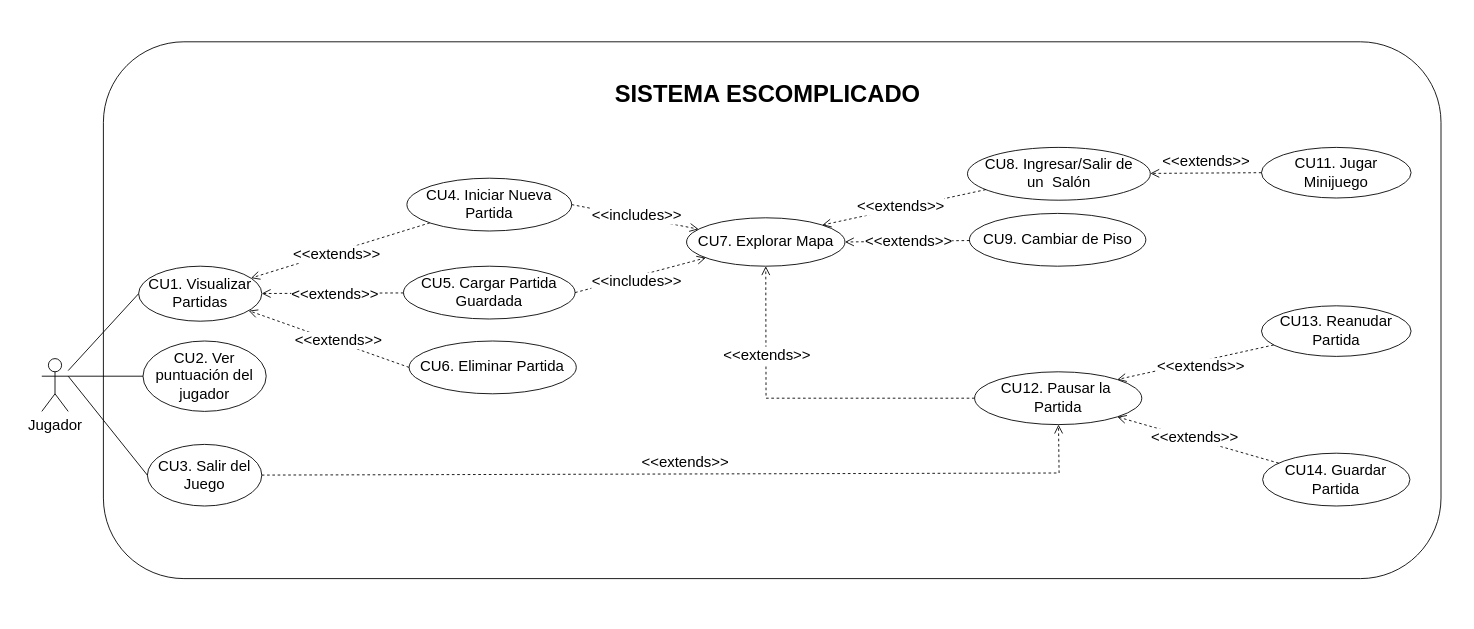
Earlier version of the draw.io diagram Diagrams/casos-de-uso.drawio (bdominguez99/Escomplicado). Source tidied: cells renumbered, new cells numbered last; positions are measured from the earlier drawing's top-left corner, leaving out a move shared by most shapes. Both pictures are drawn from the tidied source at 88%, with x=0, y=0 at pixel (15, 15).
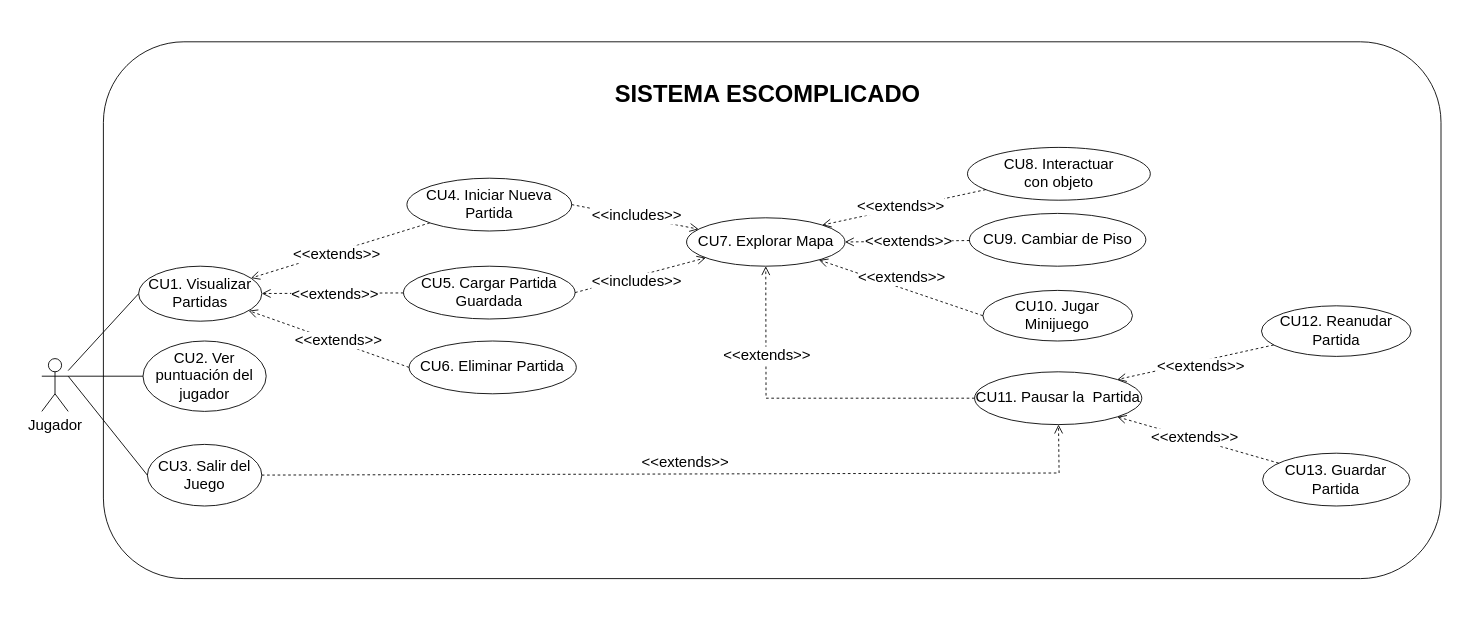
Above is the later version.

Commit message (it also covers changes not shown here):
Se añaden preguntas y se cambia el diagrama de casos de uso.

The change refers to these unchanged cells:
```xml
<mxCell id="17" value="CU7. Explorar Mapa" style="ellipse;whiteSpace=wrap;html=1;fontSize=17;" parent="1" vertex="1">
  <mxGeometry x="762.7" y="230" width="180" height="55" as="geometry" />
</mxCell>
```

Diff of the diagram source:
```diff
@@
-    <mxCell id="7" value="CU11. Jugar Minijuego" style="ellipse;whiteSpace=wrap;html=1;fontSize=17;" parent="1" vertex="1">
-      <mxGeometry x="1416" y="150" width="170" height="57.5" as="geometry" />
+    <mxCell id="7" value="CU10. Jugar Minijuego" style="ellipse;whiteSpace=wrap;html=1;fontSize=17;" parent="1" vertex="1">
+      <mxGeometry x="1099.4" y="312.5" width="170" height="57.5" as="geometry" />
     </mxCell>
-    <mxCell id="8" value="CU8. Ingresar/Salir de &lt;br style=&quot;font-size: 17px;&quot;&gt;un&amp;nbsp; Salón" style="ellipse;whiteSpace=wrap;html=1;fontSize=17;" parent="1" vertex="1">
+    <mxCell id="8" value="CU8. Interactuar &lt;br&gt;con objeto" style="ellipse;whiteSpace=wrap;html=1;fontSize=17;" parent="1" vertex="1">
       <mxGeometry x="1081.9" y="150" width="207.8" height="60" as="geometry" />
     </mxCell>
@@
-    <mxCell id="12" value="CU12. Pausar la&amp;nbsp; Partida" style="ellipse;whiteSpace=wrap;html=1;fontSize=17;fillColor=#FFFFFF;strokeColor=#000000;" parent="1" vertex="1">
+    <mxCell id="12" value="CU11. Pausar la&amp;nbsp; Partida" style="ellipse;whiteSpace=wrap;html=1;fontSize=17;fillColor=#FFFFFF;strokeColor=#000000;" parent="1" vertex="1">
       <mxGeometry x="1090" y="405" width="190" height="60" as="geometry" />
     </mxCell>
-    <mxCell id="13" value="CU13. Reanudar Partida" style="ellipse;whiteSpace=wrap;html=1;fontSize=17;fillColor=#FFFFFF;strokeColor=#000000;" parent="1" vertex="1">
+    <mxCell id="13" value="CU12. Reanudar Partida" style="ellipse;whiteSpace=wrap;html=1;fontSize=17;fillColor=#FFFFFF;strokeColor=#000000;" parent="1" vertex="1">
       <mxGeometry x="1416" y="330" width="170" height="57.5" as="geometry" />
     </mxCell>
-    <mxCell id="14" value="CU14. Guardar Partida" style="ellipse;whiteSpace=wrap;html=1;fontSize=17;fillColor=#FFFFFF;strokeColor=#000000;" parent="1" vertex="1">
+    <mxCell id="14" value="CU13. Guardar Partida" style="ellipse;whiteSpace=wrap;html=1;fontSize=17;fillColor=#FFFFFF;strokeColor=#000000;" parent="1" vertex="1">
       <mxGeometry x="1417.3" y="497.5" width="167.4" height="60" as="geometry" />
     </mxCell>
@@
-    <mxCell id="21" value="&amp;lt;&amp;lt;extends&amp;gt;&amp;gt;" style="html=1;verticalAlign=bottom;endArrow=open;dashed=1;endSize=8;rounded=0;fontSize=17;exitX=0;exitY=0.5;exitDx=0;exitDy=0;" parent="1" edge="1" source="7" target="8">
+    <mxCell id="21" value="&amp;lt;&amp;lt;extends&amp;gt;&amp;gt;" style="html=1;verticalAlign=bottom;endArrow=open;dashed=1;endSize=8;rounded=0;fontSize=17;exitX=0;exitY=0.5;exitDx=0;exitDy=0;" parent="1" edge="1" source="7" target="17">
       <mxGeometry relative="1" as="geometry" />
     </mxCell>
```
